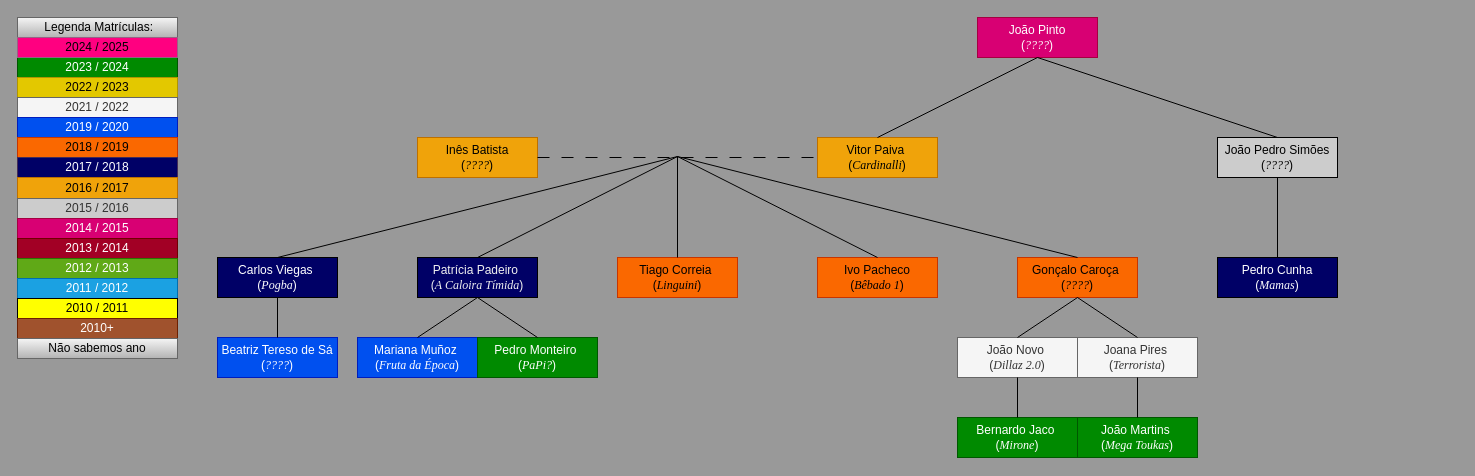
Earlier version of the draw.io diagram Draw.io/Familia_do_João_Pinto.drawio (pdmtmr/PDMTMRTESTLOCATION-AKA-ARBUSTO). Source tidied: cells renumbered, new cells numbered last; positions are measured from the earlier drawing's top-left corner, leaving out a move shared by most shapes. Both pictures are drawn from the tidied source at 100%, with x=0, y=0 at pixel (17, 17).
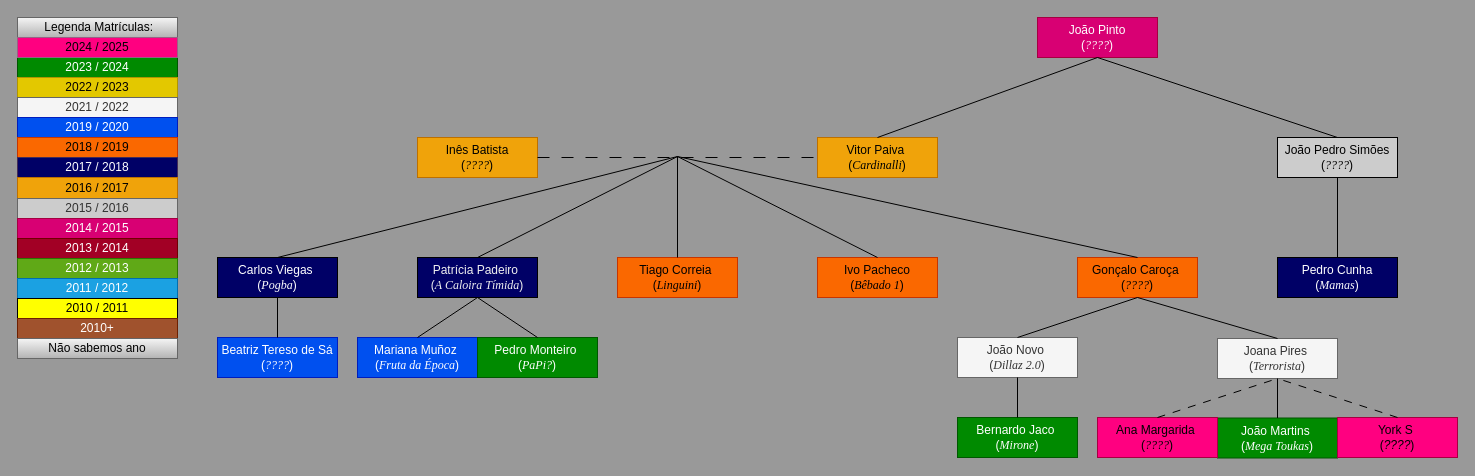
The same page after the edit.

What changed in the source:
```diff
@@
     <mxCell id="20" value="&lt;div&gt;Gonçalo Caroça&amp;nbsp;&lt;/div&gt;&lt;div&gt;(&lt;i&gt;&lt;font face=&quot;Times New Roman&quot;&gt;????&lt;/font&gt;&lt;/i&gt;)&lt;/div&gt;" style="rounded=0;whiteSpace=wrap;html=1;fillColor=#fa6800;fontColor=#000000;strokeColor=#C73500;" parent="1" vertex="1">
-      <mxGeometry x="1000" y="240" width="120" height="40" as="geometry" />
+      <mxGeometry x="1060" y="240" width="120" height="40" as="geometry" />
     </mxCell>
@@
     <mxCell id="25" value="&lt;div&gt;Joana Pires&amp;nbsp;&lt;/div&gt;&lt;div&gt;(&lt;font face=&quot;Times New Roman&quot;&gt;&lt;i&gt;Terrorista&lt;/i&gt;&lt;/font&gt;)&lt;/div&gt;" style="rounded=0;whiteSpace=wrap;html=1;fillColor=#f5f5f5;fontColor=#333333;strokeColor=#666666;" parent="1" vertex="1">
-      <mxGeometry x="1060" y="320" width="120" height="40" as="geometry" />
+      <mxGeometry x="1200" y="321" width="120" height="40" as="geometry" />
     </mxCell>
@@
     <mxCell id="39" value="&lt;div&gt;&lt;span style=&quot;background-color: initial;&quot;&gt;João Pinto&lt;/span&gt;&lt;/div&gt;&lt;div&gt;&lt;span style=&quot;background-color: initial;&quot;&gt;(&lt;/span&gt;&lt;i style=&quot;background-color: initial;&quot;&gt;&lt;font face=&quot;Times New Roman&quot;&gt;????&lt;/font&gt;&lt;/i&gt;&lt;span style=&quot;background-color: initial;&quot;&gt;)&lt;/span&gt;&lt;/div&gt;" style="rounded=0;whiteSpace=wrap;html=1;fillColor=#d80073;fontColor=#ffffff;strokeColor=#A50040;" parent="1" vertex="1">
-      <mxGeometry x="960" width="120" height="40" as="geometry" />
+      <mxGeometry x="1020" width="120" height="40" as="geometry" />
     </mxCell>
     <mxCell id="40" value="&lt;div&gt;&lt;span style=&quot;background-color: initial;&quot;&gt;João Pedro Simões&lt;/span&gt;&lt;/div&gt;&lt;div&gt;&lt;span style=&quot;background-color: initial;&quot;&gt;(&lt;/span&gt;&lt;i style=&quot;background-color: initial;&quot;&gt;&lt;font face=&quot;Times New Roman&quot;&gt;????&lt;/font&gt;&lt;/i&gt;&lt;span style=&quot;background-color: initial;&quot;&gt;)&lt;/span&gt;&lt;/div&gt;" style="rounded=0;whiteSpace=wrap;html=1;fillColor=#CCCCCC;fontColor=#000000;" parent="1" vertex="1">
-      <mxGeometry x="1200" y="120" width="120" height="40" as="geometry" />
+      <mxGeometry x="1260" y="120" width="120" height="40" as="geometry" />
     </mxCell>
@@
     <mxCell id="43" value="&lt;div&gt;&lt;span style=&quot;background-color: initial;&quot;&gt;Pedro Cunha&lt;/span&gt;&lt;/div&gt;&lt;div&gt;&lt;span style=&quot;background-color: initial;&quot;&gt;(&lt;font face=&quot;Times New Roman&quot;&gt;&lt;i&gt;Mamas&lt;/i&gt;&lt;/font&gt;&lt;/span&gt;&lt;span style=&quot;background-color: initial;&quot;&gt;)&lt;/span&gt;&lt;/div&gt;" style="rounded=0;whiteSpace=wrap;html=1;fillColor=#000066;fontColor=#FFFFFF;" parent="1" vertex="1">
-      <mxGeometry x="1200" y="240" width="120" height="40" as="geometry" />
+      <mxGeometry x="1260" y="240" width="120" height="40" as="geometry" />
     </mxCell>
@@
     <mxCell id="49" value="&lt;div&gt;João Martins&amp;nbsp;&lt;/div&gt;&lt;div&gt;(&lt;font face=&quot;Times New Roman&quot;&gt;&lt;i&gt;Mega Toukas&lt;/i&gt;&lt;/font&gt;)&lt;/div&gt;" style="rounded=0;whiteSpace=wrap;html=1;fillColor=#008a00;fontColor=#ffffff;strokeColor=#005700;" parent="1" vertex="1">
-      <mxGeometry x="1060" y="400" width="120" height="40" as="geometry" />
+      <mxGeometry x="1200" y="400.5" width="120" height="40" as="geometry" />
     </mxCell>
@@
+    <mxCell id="52" value="&lt;div&gt;&lt;/div&gt;&lt;div&gt;York S&amp;nbsp;&lt;br&gt;(&lt;i&gt;????&lt;/i&gt;)&lt;/div&gt;" style="rounded=0;whiteSpace=wrap;html=1;fillColor=#FF0080;fontColor=#000000;strokeColor=#A50040;" parent="1" vertex="1">
+      <mxGeometry x="1320" y="400" width="120" height="40" as="geometry" />
+    </mxCell>
+    <mxCell id="53" style="endArrow=none;html=1;rounded=0;exitX=0.5;exitY=0;exitDx=0;exitDy=0;dashed=1;dashPattern=8 8;entryX=0.5;entryY=1;entryDx=0;entryDy=0;" parent="1" edge="1" source="52" target="25">
+      <mxGeometry relative="1" as="geometry" />
+    </mxCell>
+    <mxCell id="54" value="&lt;div&gt;&lt;/div&gt;&lt;div&gt;Ana Margarida&amp;nbsp;&lt;br&gt;(&lt;i&gt;&lt;font face=&quot;Times New Roman&quot;&gt;????&lt;/font&gt;&lt;/i&gt;)&lt;/div&gt;" style="rounded=0;whiteSpace=wrap;html=1;fillColor=#FF0080;fontColor=#000000;strokeColor=#A50040;" parent="1" vertex="1">
+      <mxGeometry x="1080" y="400" width="120" height="40" as="geometry" />
+    </mxCell>
+    <mxCell id="55" style="endArrow=none;html=1;rounded=0;exitX=0.5;exitY=0;exitDx=0;exitDy=0;dashed=1;dashPattern=8 8;entryX=0.5;entryY=1;entryDx=0;entryDy=0;" parent="1" edge="1" source="54" target="25">
+      <mxGeometry relative="1" as="geometry" />
+    </mxCell>
```
